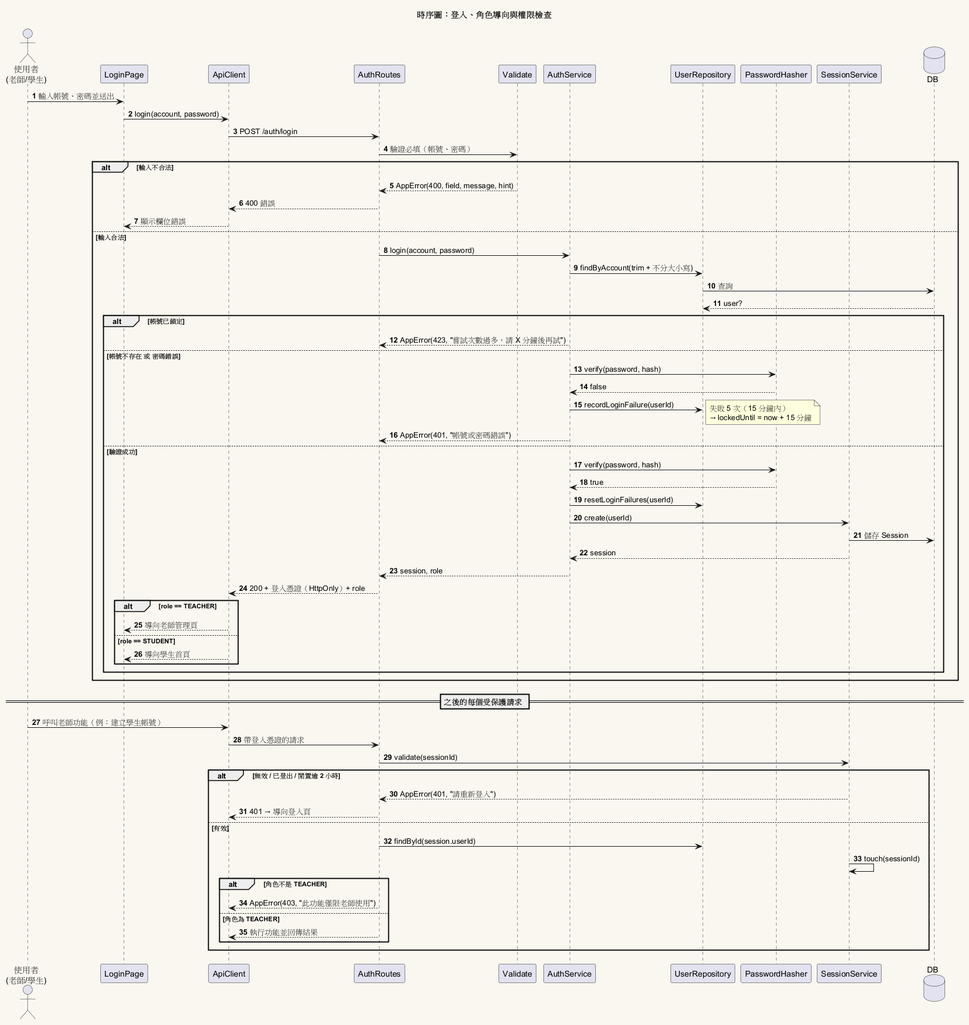
Before: diagrams/001-sequence-login.png, a diagram exported from PlantUML (Ennn-1023/SE_project).
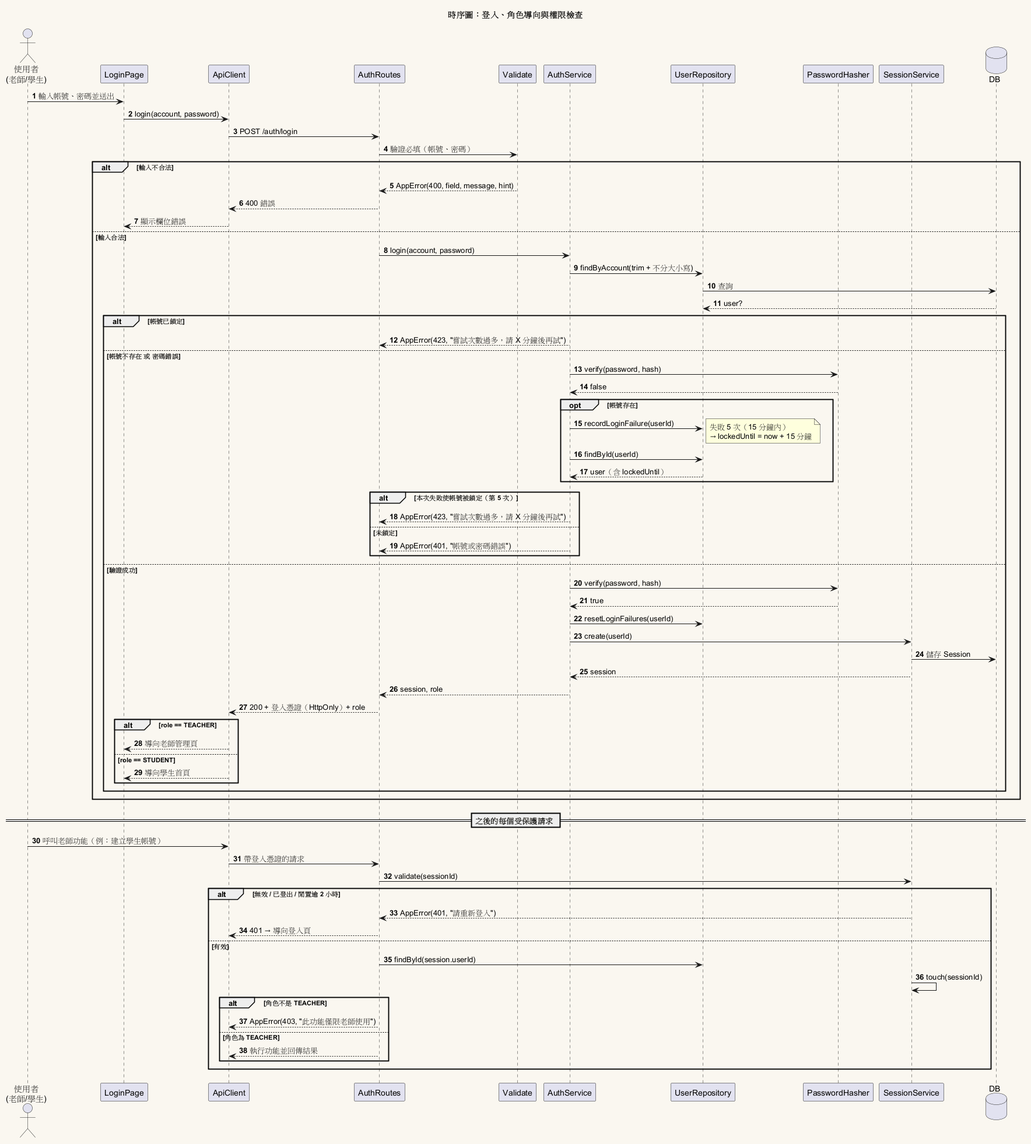
The same file after the commit.

Commit message:
docs: record T083 manual validation and fix login sequence diagram

Diff of the diagram source:
```diff
@@ -34,9 +34,17 @@
   else 帳號不存在 或 密碼錯誤
     AS -> H : verify(password, hash)
     H --> AS : false
-    AS -> UR : recordLoginFailure(userId)
-    note right : 失敗 5 次（15 分鐘內）\n→ lockedUntil = now + 15 分鐘
-    AS --> R : AppError(401, "帳號或密碼錯誤")
+    opt 帳號存在
+      AS -> UR : recordLoginFailure(userId)
+      note right : 失敗 5 次（15 分鐘內）\n→ lockedUntil = now + 15 分鐘
+      AS -> UR : findById(userId)
+      UR --> AS : user（含 lockedUntil）
+    end
+    alt 本次失敗使帳號被鎖定（第 5 次）
+      AS --> R : AppError(423, "嘗試次數過多，請 X 分鐘後再試")
+    else 未鎖定
+      AS --> R : AppError(401, "帳號或密碼錯誤")
+    end
   else 驗證成功
     AS -> H : verify(password, hash)
     H --> AS : true
```
